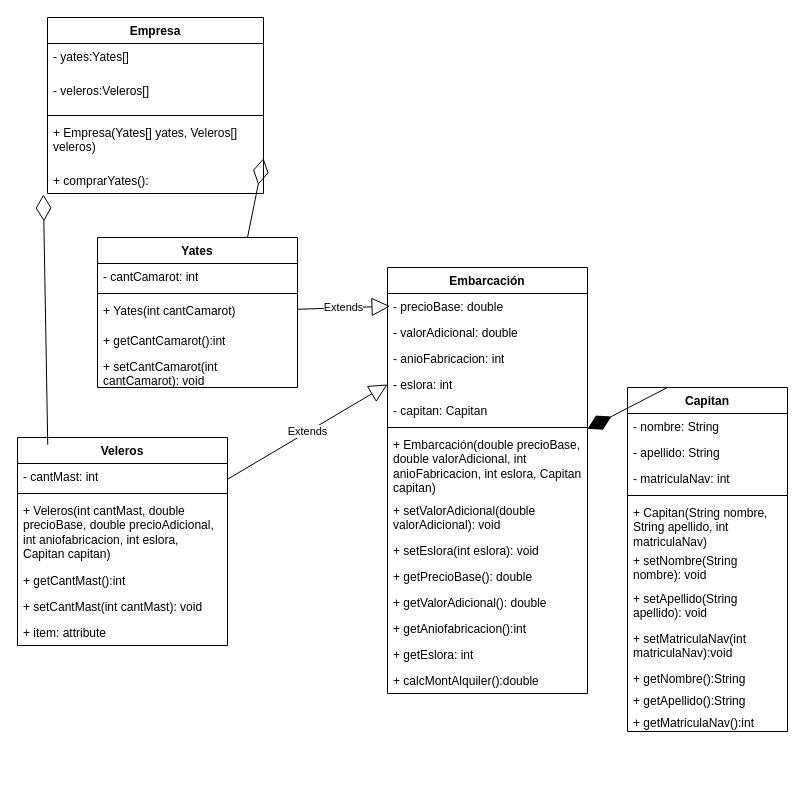
Before: Workshop.drawio in MateoOspinaDev/workShopPoo, a draw.io diagram. Source tidied: cells renumbered, new cells numbered last; positions are measured from the earlier drawing's top-left corner, leaving out a move shared by most shapes. Both pictures are drawn from the tidied source at 100%, with x=0, y=0 at pixel (17, 17).
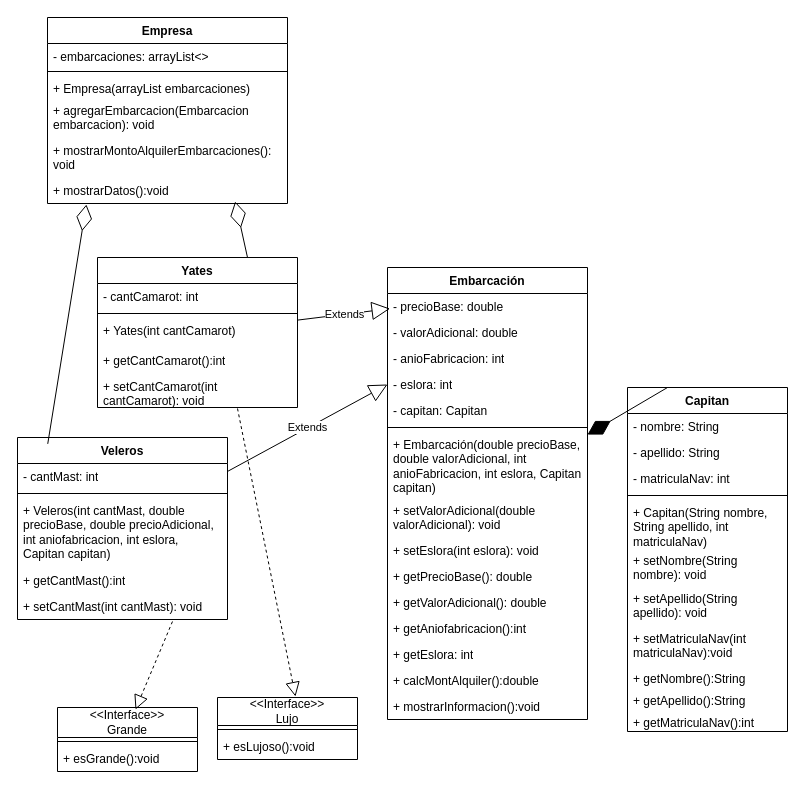
Above is the later version.

Commit message (it also covers changes not shown here):
UML finalizado y toques finales

The change refers to these unchanged cells:
```xml
<mxCell id="41" value="+ setCantMast(int cantMast): void" style="text;strokeColor=none;fillColor=none;align=left;verticalAlign=top;spacingLeft=4;spacingRight=4;overflow=hidden;points=[[0,0.5],[1,0.5]];portConstraint=eastwest;whiteSpace=wrap;html=1;" parent="36" vertex="1">
  <mxGeometry y="156" width="210" height="26" as="geometry" />
</mxCell>
<mxCell id="48" value="+ setCantCamarot(int cantCamarot): void" style="text;strokeColor=none;fillColor=none;align=left;verticalAlign=top;spacingLeft=4;spacingRight=4;overflow=hidden;points=[[0,0.5],[1,0.5]];portConstraint=eastwest;whiteSpace=wrap;html=1;" parent="43" vertex="1">
  <mxGeometry y="116" width="200" height="34" as="geometry" />
</mxCell>
```

Diff of the diagram source:
```diff
@@
     <mxCell id="2" value="Empresa" style="swimlane;fontStyle=1;align=center;verticalAlign=top;horizontal=1;startSize=26;whiteSpace=wrap;html=1;" parent="1" vertex="1">
-      <mxGeometry x="30" width="216" height="176" as="geometry" />
+      <mxGeometry x="30" width="240" height="186" as="geometry" />
     </mxCell>
-    <mxCell id="3" value="- yates:Yates[]" style="text;strokeColor=none;fillColor=none;align=left;verticalAlign=top;spacingLeft=4;spacingRight=4;overflow=hidden;whiteSpace=wrap;html=1;" parent="2" vertex="1">
-      <mxGeometry y="26" width="216" height="34" as="geometry" />
+    <mxCell id="3" value="- embarcaciones: arrayList&amp;lt;&amp;gt;" style="text;strokeColor=none;fillColor=none;align=left;verticalAlign=top;spacingLeft=4;spacingRight=4;overflow=hidden;whiteSpace=wrap;html=1;" parent="2" vertex="1">
+      <mxGeometry y="26" width="240" height="24" as="geometry" />
     </mxCell>
-    <mxCell id="4" value="- veleros:Veleros[]" style="text;strokeColor=none;fillColor=none;align=left;verticalAlign=top;spacingLeft=4;spacingRight=4;overflow=hidden;whiteSpace=wrap;html=1;" parent="2" vertex="1">
-      <mxGeometry y="60" width="216" height="34" as="geometry" />
-    </mxCell>
     <mxCell id="5" style="line;strokeWidth=1;fillColor=none;align=left;verticalAlign=middle;spacingTop=-1;spacingLeft=3;spacingRight=3;labelPosition=right;strokeColor=inherit;" parent="2" vertex="1">
-      <mxGeometry y="94" width="216" height="8" as="geometry" />
+      <mxGeometry y="50" width="240" height="8" as="geometry" />
     </mxCell>
-    <mxCell id="6" value="+ Empresa(Yates[] yates, Veleros[] veleros)" style="text;strokeColor=none;fillColor=none;align=left;verticalAlign=top;spacingLeft=4;spacingRight=4;overflow=hidden;points=[[0,0.5],[1,0.5]];portConstraint=eastwest;whiteSpace=wrap;html=1;" parent="2" vertex="1">
-      <mxGeometry y="102" width="216" height="48" as="geometry" />
+    <mxCell id="6" value="+ Empresa(arrayList embarcaciones)" style="text;strokeColor=none;fillColor=none;align=left;verticalAlign=top;spacingLeft=4;spacingRight=4;overflow=hidden;points=[[0,0.5],[1,0.5]];portConstraint=eastwest;whiteSpace=wrap;html=1;" parent="2" vertex="1">
+      <mxGeometry y="58" width="240" height="22" as="geometry" />
     </mxCell>
-    <mxCell id="7" value="+ comprarYates():" style="text;strokeColor=none;fillColor=none;align=left;verticalAlign=top;spacingLeft=4;spacingRight=4;overflow=hidden;points=[[0,0.5],[1,0.5]];portConstraint=eastwest;whiteSpace=wrap;html=1;" parent="2" vertex="1">
-      <mxGeometry y="150" width="216" height="26" as="geometry" />
+    <mxCell id="7" value="+ agregarEmbarcacion(Embarcacion embarcacion): void" style="text;strokeColor=none;fillColor=none;align=left;verticalAlign=top;spacingLeft=4;spacingRight=4;overflow=hidden;points=[[0,0.5],[1,0.5]];portConstraint=eastwest;whiteSpace=wrap;html=1;" parent="2" vertex="1">
+      <mxGeometry y="80" width="240" height="40" as="geometry" />
     </mxCell>
+    <mxCell id="53" value="+ mostrarMontoAlquilerEmbarcaciones(): void" style="text;strokeColor=none;fillColor=none;align=left;verticalAlign=top;spacingLeft=4;spacingRight=4;overflow=hidden;whiteSpace=wrap;html=1;" parent="2" vertex="1">
+      <mxGeometry y="120" width="240" height="40" as="geometry" />
+    </mxCell>
+    <mxCell id="54" value="+ mostrarDatos():void" style="text;strokeColor=none;fillColor=none;align=left;verticalAlign=top;spacingLeft=4;spacingRight=4;overflow=hidden;points=[[0,0.5],[1,0.5]];portConstraint=eastwest;whiteSpace=wrap;html=1;" parent="2" vertex="1">
+      <mxGeometry y="160" width="240" height="26" as="geometry" />
+    </mxCell>
     <mxCell id="8" value="Embarcación" style="swimlane;fontStyle=1;align=center;verticalAlign=top;horizontal=1;startSize=26;whiteSpace=wrap;html=1;" parent="1" vertex="1">
-      <mxGeometry x="370" y="250" width="200" height="426" as="geometry" />
+      <mxGeometry x="370" y="250" width="200" height="452" as="geometry" />
     </mxCell>
@@
+    <mxCell id="55" value="+ mostrarInformacion():void" style="text;strokeColor=none;fillColor=none;align=left;verticalAlign=top;spacingLeft=4;spacingRight=4;overflow=hidden;whiteSpace=wrap;html=1;" parent="8" vertex="1">
+      <mxGeometry y="426" width="200" height="26" as="geometry" />
+    </mxCell>
@@
     <mxCell id="36" value="Veleros" style="swimlane;fontStyle=1;align=center;verticalAlign=top;horizontal=1;startSize=26;whiteSpace=wrap;html=1;" parent="1" vertex="1">
-      <mxGeometry y="420" width="210" height="208" as="geometry" />
+      <mxGeometry y="420" width="210" height="182" as="geometry" />
     </mxCell>
@@
-    <mxCell id="42" value="+ item: attribute" style="text;strokeColor=none;fillColor=none;align=left;verticalAlign=top;spacingLeft=4;spacingRight=4;overflow=hidden;whiteSpace=wrap;html=1;" parent="36" vertex="1">
-      <mxGeometry y="182" width="210" height="26" as="geometry" />
-    </mxCell>
     <mxCell id="43" value="Yates" style="swimlane;fontStyle=1;align=center;verticalAlign=top;horizontal=1;startSize=26;whiteSpace=wrap;html=1;" parent="1" vertex="1">
-      <mxGeometry x="80" y="220" width="200" height="150" as="geometry" />
+      <mxGeometry x="80" y="240" width="200" height="150" as="geometry" />
     </mxCell>
@@
-    <mxCell id="51" style="endArrow=diamondThin;endFill=0;endSize=24;html=1;rounded=0;entryX=1;entryY=0.808;entryDx=0;entryDy=0;entryPerimeter=0;exitX=0.75;exitY=0;exitDx=0;exitDy=0;" parent="1" edge="1" source="43" target="6">
+    <mxCell id="51" style="endArrow=diamondThin;endFill=0;endSize=24;html=1;rounded=0;entryX=0.782;entryY=0.923;entryDx=0;entryDy=0;entryPerimeter=0;exitX=0.75;exitY=0;exitDx=0;exitDy=0;" parent="1" edge="1" source="43" target="54">
       <mxGeometry relative="1" as="geometry" />
     </mxCell>
-    <mxCell id="52" style="endArrow=diamondThin;endFill=0;endSize=24;html=1;rounded=0;exitX=0.144;exitY=0.035;exitDx=0;exitDy=0;exitPerimeter=0;entryX=-0.019;entryY=1.038;entryDx=0;entryDy=0;entryPerimeter=0;" parent="1" edge="1" source="36" target="7">
+    <mxCell id="52" style="endArrow=diamondThin;endFill=0;endSize=24;html=1;rounded=0;exitX=0.144;exitY=0.035;exitDx=0;exitDy=0;exitPerimeter=0;entryX=0.162;entryY=1.038;entryDx=0;entryDy=0;entryPerimeter=0;" parent="1" edge="1" source="36" target="54">
       <mxGeometry relative="1" as="geometry" />
     </mxCell>
+    <mxCell id="56" value="&amp;lt;&amp;lt;Interface&amp;gt;&amp;gt;&lt;br&gt;Grande" style="swimlane;fontStyle=0;horizontal=1;startSize=30;fillColor=none;whiteSpace=wrap;html=1;" parent="1" vertex="1">
+      <mxGeometry x="40" y="690" width="140" height="64" as="geometry" />
+    </mxCell>
+    <mxCell id="57" style="line;strokeWidth=1;fillColor=none;align=left;verticalAlign=middle;spacingTop=-1;spacingLeft=3;spacingRight=3;labelPosition=right;strokeColor=inherit;" parent="56" vertex="1">
+      <mxGeometry y="30" width="140" height="8" as="geometry" />
+    </mxCell>
+    <mxCell id="58" value="+ esGrande():void" style="text;strokeColor=none;fillColor=none;align=left;verticalAlign=top;spacingLeft=4;spacingRight=4;overflow=hidden;whiteSpace=wrap;html=1;" parent="56" vertex="1">
+      <mxGeometry y="38" width="140" height="26" as="geometry" />
+    </mxCell>
+    <mxCell id="59" style="endArrow=block;dashed=1;endFill=0;endSize=12;html=1;rounded=0;exitX=0.738;exitY=1.077;exitDx=0;exitDy=0;exitPerimeter=0;entryX=0.557;entryY=0.032;entryDx=0;entryDy=0;entryPerimeter=0;" parent="1" edge="1" source="41" target="56">
+      <mxGeometry relative="1" as="geometry" />
+    </mxCell>
+    <mxCell id="60" style="endArrow=block;dashed=1;endFill=0;endSize=12;html=1;rounded=0;exitX=0.7;exitY=1.029;exitDx=0;exitDy=0;exitPerimeter=0;entryX=0.557;entryY=-0.016;entryDx=0;entryDy=0;entryPerimeter=0;" parent="1" edge="1" source="48" target="61">
+      <mxGeometry relative="1" as="geometry" />
+    </mxCell>
+    <mxCell id="61" value="&amp;lt;&amp;lt;Interface&amp;gt;&amp;gt;&lt;br&gt;Lujo" style="swimlane;fontStyle=0;horizontal=1;startSize=28;fillColor=none;whiteSpace=wrap;html=1;" parent="1" vertex="1">
+      <mxGeometry x="200" y="680" width="140" height="62" as="geometry" />
+    </mxCell>
+    <mxCell id="62" style="line;strokeWidth=1;fillColor=none;align=left;verticalAlign=middle;spacingTop=-1;spacingLeft=3;spacingRight=3;labelPosition=right;strokeColor=inherit;" parent="61" vertex="1">
+      <mxGeometry y="28" width="140" height="8" as="geometry" />
+    </mxCell>
+    <mxCell id="63" value="+ esLujoso():void" style="text;strokeColor=none;fillColor=none;align=left;verticalAlign=top;spacingLeft=4;spacingRight=4;overflow=hidden;whiteSpace=wrap;html=1;" parent="61" vertex="1">
+      <mxGeometry y="36" width="140" height="26" as="geometry" />
+    </mxCell>
```
